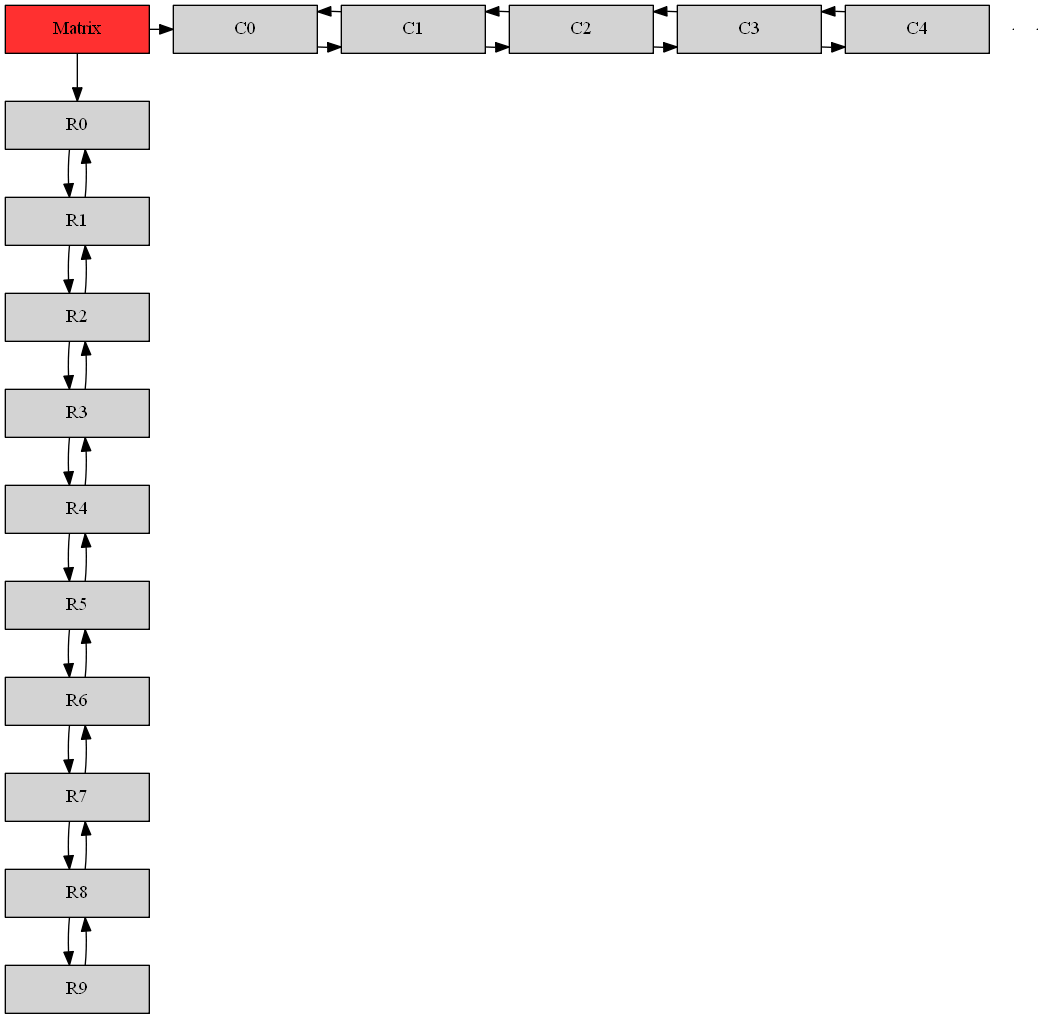
deathstroke021/EDD_2S2019_PY1_201503961 keeps this Graphviz diagram as Structures/Matrix.png. Above is the earlier version. Its source is kept beside it as Structures/Matrix.dot.
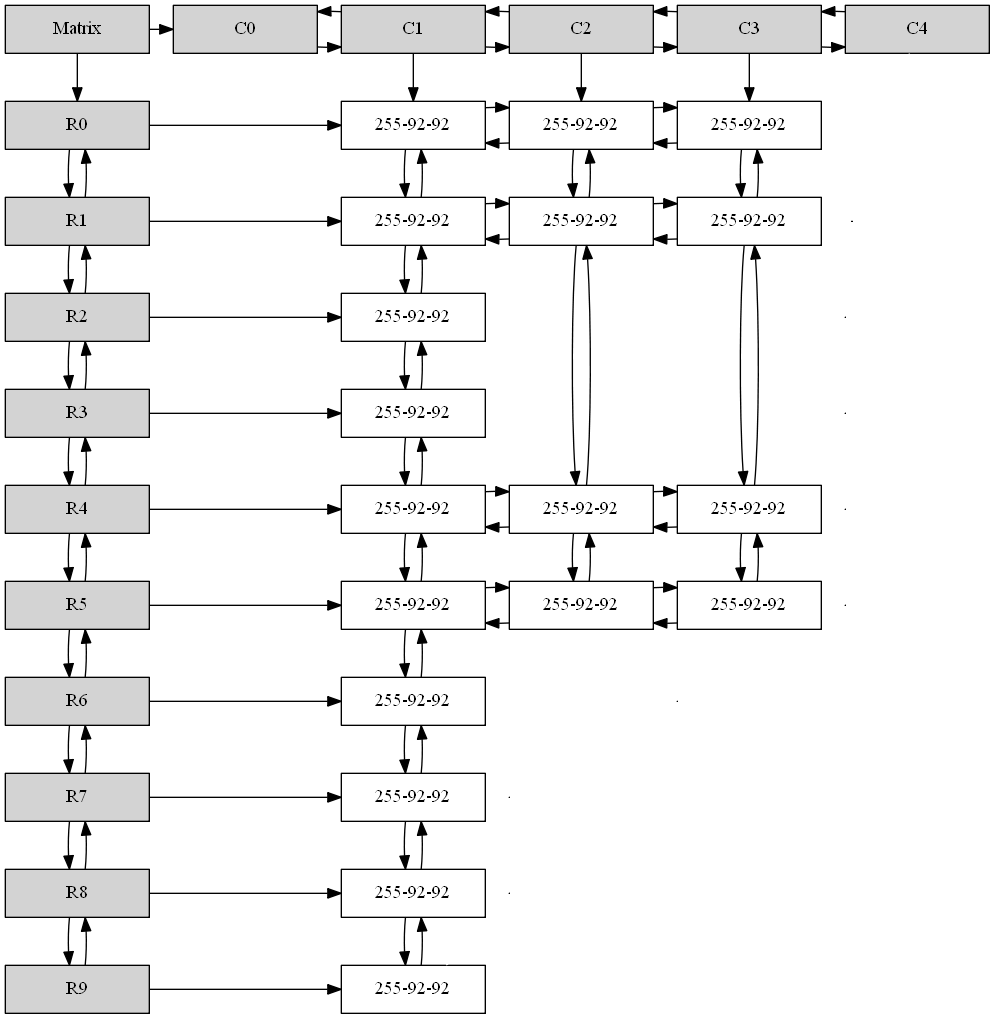
Above is the later version.

Commit message:
Update: Sparse matrix graphviz option

Diff of the diagram source:
```diff
@@ -3,76 +3,158 @@
 Mt[ label = "Matrix", width = 1.5, style = filled, group = 1 ];
 e0[ shape = point, width = 0 ];
 e1[ shape = point, width = 0 ];
+e2[ shape = point, width = 0 ];
+e3[ shape = point, width = 0 ];
+e4[ shape = point, width = 0 ];
+e5[ shape = point, width = 0 ];
+e6[ shape = point, width = 0 ];
+e7[ shape = point, width = 0 ];
 A0[label ="C0" width = 1.5 style = filled, group =2];
-A0->A1
+A0->A1;
 A1[label ="C1" width = 1.5 style = filled, group =3];
-A1->A2
-A1->A0
+A1->A2;
+A1->A0;
 A2[label ="C2" width = 1.5 style = filled, group =4];
-A2->A3
-A2->A1
+A2->A3;
+A2->A1;
 A3[label ="C3" width = 1.5 style = filled, group =5];
-A3->A4
-A3->A2
+A3->A4;
+A3->A2;
 A4[label ="C4" width = 1.5 style = filled, group =6];
-A4->A3
+A4->A3;
 { rank = same; Mt; A0; A1; A2; A3; A4; }
 U0[label = "R0"    width = 1.5 style = filled, group = 1 ];
-U0->U1
-N0_L0 [label = "255-92-92" width = 1.5, group =3];
-N1_L0 [label = "255-92-92" width = 1.5, group =4];
-N2_L0 [label = "255-92-92" width = 1.5, group =5];
-U0 -> N0_L0
+U0->U1;
+N1_L0 [label = "255-92-92" width = 1.5, group =3];
+U0 -> N1_L0;
+A1 -> N1_L0;
+N2_L0 [label = "255-92-92" width = 1.5, group =4];
+N2_L0 -> N1_L0;
+N1_L0 -> N2_L0;
+A2 -> N2_L0;
+N3_L0 [label = "255-92-92" width = 1.5, group =5];
+N3_L0 -> N2_L0;
+N2_L0 -> N3_L0;
+A3 -> N3_L0;
+{ rank = same; U0;N1_L0;N2_L0;N3_L0;}
 U1[label = "R1"    width = 1.5 style = filled, group = 1 ];
-U1->U2
-U1->U0
-N0_L1 [label = "255-92-92" width = 1.5, group =3];
-N1_L1 [label = "255-92-92" width = 1.5, group =4];
-N2_L1 [label = "255-92-92" width = 1.5, group =5];
-U1 -> N0_L1
+U1->U2;
+U1->U0;
+N1_L1 [label = "255-92-92" width = 1.5, group =3];
+U1 -> N1_L1;
+N1_L1 -> N1_L0;
+N1_L0 -> N1_L1;
+N2_L1 [label = "255-92-92" width = 1.5, group =4];
+N2_L1 -> N1_L1;
+N1_L1 -> N2_L1;
+N2_L1 -> N2_L0;
+N2_L0 -> N2_L1;
+N3_L1 [label = "255-92-92" width = 1.5, group =5];
+N3_L1 -> N2_L1;
+N2_L1 -> N3_L1;
+N3_L1 -> N3_L0;
+N3_L0 -> N3_L1;
+{ rank = same; U1;N1_L1;N2_L1;N3_L1;}
 U2[label = "R2"    width = 1.5 style = filled, group = 1 ];
-U2->U3
-U2->U1
-N0_L2 [label = "255-92-92" width = 1.5, group =3];
-U2 -> N0_L2
+U2->U3;
+U2->U1;
+N1_L2 [label = "255-92-92" width = 1.5, group =3];
+U2 -> N1_L2;
+N1_L2 -> N1_L1;
+N1_L1 -> N1_L2;
+{ rank = same; U2;N1_L2;}
 U3[label = "R3"    width = 1.5 style = filled, group = 1 ];
-U3->U4
-U3->U2
-N0_L3 [label = "255-92-92" width = 1.5, group =3];
-U3 -> N0_L3
+U3->U4;
+U3->U2;
+N1_L3 [label = "255-92-92" width = 1.5, group =3];
+U3 -> N1_L3;
+N1_L3 -> N1_L2;
+N1_L2 -> N1_L3;
+{ rank = same; U3;N1_L3;}
 U4[label = "R4"    width = 1.5 style = filled, group = 1 ];
-U4->U5
-U4->U3
-N0_L4 [label = "255-92-92" width = 1.5, group =3];
-N1_L4 [label = "255-92-92" width = 1.5, group =4];
-N2_L4 [label = "255-92-92" width = 1.5, group =5];
-U4 -> N0_L4
+U4->U5;
+U4->U3;
+N1_L4 [label = "255-92-92" width = 1.5, group =3];
+U4 -> N1_L4;
+N1_L4 -> N1_L3;
+N1_L3 -> N1_L4;
+N2_L4 [label = "255-92-92" width = 1.5, group =4];
+N2_L4 -> N1_L4;
+N1_L4 -> N2_L4;
+N2_L4 -> N2_L1;
+N2_L1 -> N2_L4;
+N3_L4 [label = "255-92-92" width = 1.5, group =5];
+N3_L4 -> N2_L4;
+N2_L4 -> N3_L4;
+N3_L4 -> N3_L1;
+N3_L1 -> N3_L4;
+{ rank = same; U4;N1_L4;N2_L4;N3_L4;}
 U5[label = "R5"    width = 1.5 style = filled, group = 1 ];
-U5->U6
-U5->U4
-N0_L5 [label = "255-92-92" width = 1.5, group =3];
-N1_L5 [label = "255-92-92" width = 1.5, group =4];
-N2_L5 [label = "255-92-92" width = 1.5, group =5];
-U5 -> N0_L5
+U5->U6;
+U5->U4;
+N1_L5 [label = "255-92-92" width = 1.5, group =3];
+U5 -> N1_L5;
+N1_L5 -> N1_L4;
+N1_L4 -> N1_L5;
+N2_L5 [label = "255-92-92" width = 1.5, group =4];
+N2_L5 -> N1_L5;
+N1_L5 -> N2_L5;
+N2_L5 -> N2_L4;
+N2_L4 -> N2_L5;
+N3_L5 [label = "255-92-92" width = 1.5, group =5];
+N3_L5 -> N2_L5;
+N2_L5 -> N3_L5;
+N3_L5 -> N3_L4;
+N3_L4 -> N3_L5;
+{ rank = same; U5;N1_L5;N2_L5;N3_L5;}
 U6[label = "R6"    width = 1.5 style = filled, group = 1 ];
-U6->U7
-U6->U5
-N0_L6 [label = "255-92-92" width = 1.5, group =3];
-U6 -> N0_L6
+U6->U7;
+U6->U5;
+N1_L6 [label = "255-92-92" width = 1.5, group =3];
+U6 -> N1_L6;
+N1_L6 -> N1_L5;
+N1_L5 -> N1_L6;
+{ rank = same; U6;N1_L6;}
 U7[label = "R7"    width = 1.5 style = filled, group = 1 ];
-U7->U8
-U7->U6
-N0_L7 [label = "255-92-92" width = 1.5, group =3];
-U7 -> N0_L7
+U7->U8;
+U7->U6;
+N1_L7 [label = "255-92-92" width = 1.5, group =3];
+U7 -> N1_L7;
+N1_L7 -> N1_L6;
+N1_L6 -> N1_L7;
+{ rank = same; U7;N1_L7;}
 U8[label = "R8"    width = 1.5 style = filled, group = 1 ];
-U8->U9
-U8->U7
-N0_L8 [label = "255-92-92" width = 1.5, group =3];
-U8 -> N0_L8
+U8->U9;
+U8->U7;
+N1_L8 [label = "255-92-92" width = 1.5, group =3];
+U8 -> N1_L8;
+N1_L8 -> N1_L7;
+N1_L7 -> N1_L8;
+{ rank = same; U8;N1_L8;}
 U9[label = "R9"    width = 1.5 style = filled, group = 1 ];
-U9->U8
-N0_L9 [label = "255-92-92" width = 1.5, group =3];
-U9 -> N0_L9
-Mt->U0
-Mt->A0
+U9->U8;
+N1_L9 [label = "255-92-92" width = 1.5, group =3];
+U9 -> N1_L9;
+N1_L9 -> N1_L8;
+N1_L8 -> N1_L9;
+e7-> N1_L9[dir = none, color = "white"];
+{ rank = same; U9;N1_L9;}
+Mt->U0;
+Mt->A0;
+{ rank = same; U1; e0}
+{ rank = same; U2; e1}
+{ rank = same; U3; e2}
+{ rank = same; U4; e3}
+{ rank = same; U5; e4}
+{ rank = same; U6; e5}
+{ rank = same; U7; e6}
+{ rank = same; U8; e7}
+A4-> e0[ dir = none, color = "white" ];
+e0-> e1[ dir = none, color = "white" ];
+e1-> e2[ dir = none, color = "white" ];
+e2-> e3[ dir = none, color = "white" ];
+e3-> e4[ dir = none, color = "white" ];
+e4-> e5[ dir = none, color = "white" ];
+e5-> e6[ dir = none, color = "white" ];
+e6-> e7[ dir = none, color = "white" ];
 }
```
